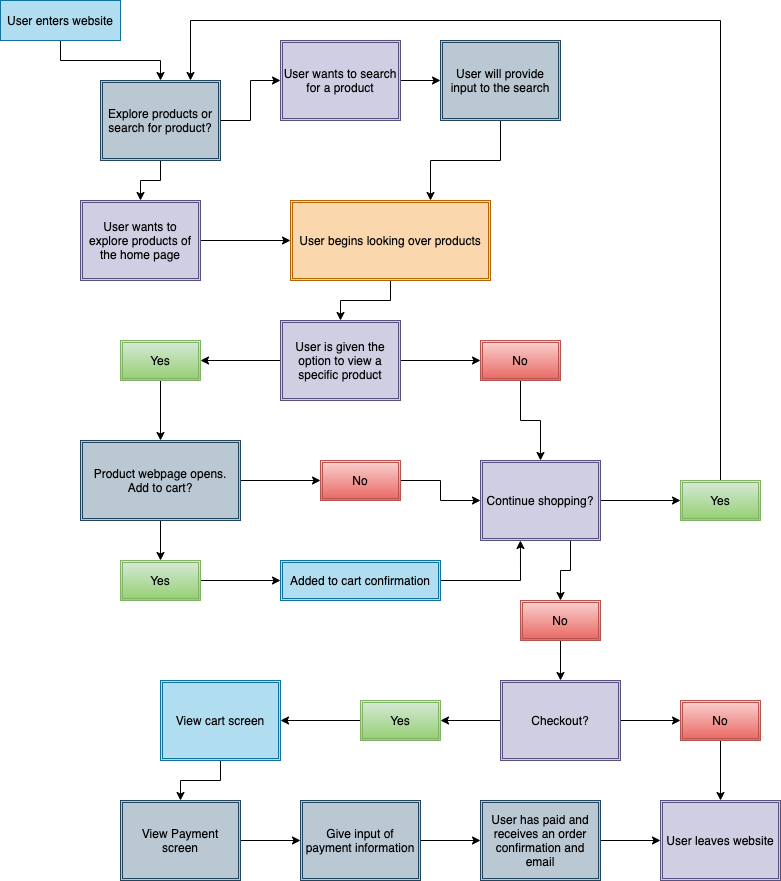
vrwu/fa21-cse110-lab4 keeps this draw.io diagram as explore/diagramming/diagram.drawio.png. Above is the earlier version. Source tidied: cells renumbered, new cells last; positions are measured from the earlier drawing's top-left corner, leaving out a move shared by most shapes.
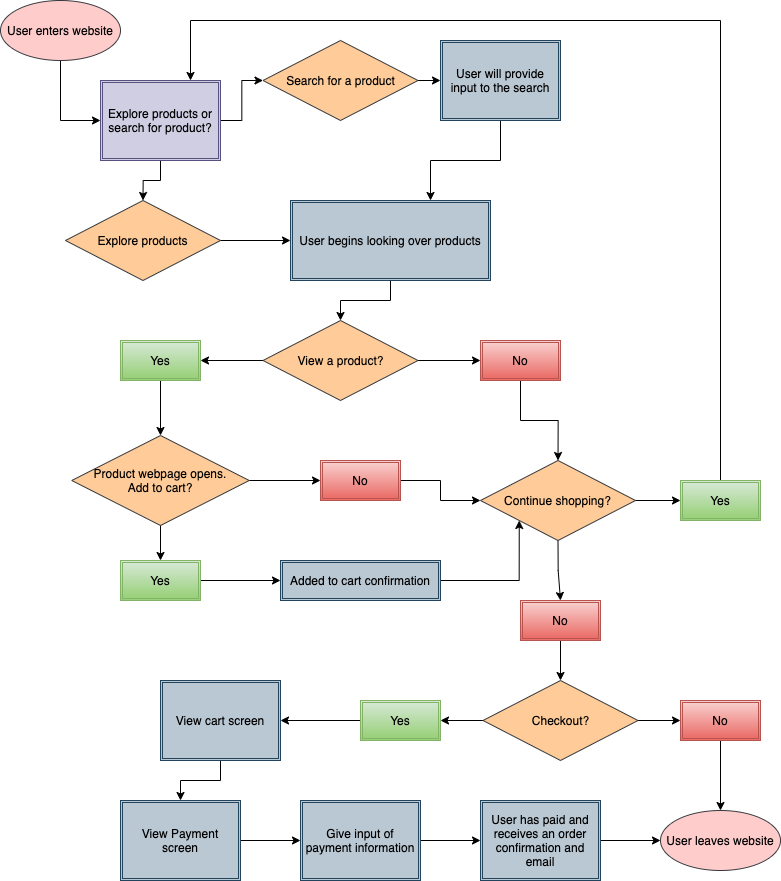
Above is the later version.

The edit, as a diff of the source:
```diff
@@ -2,45 +2,40 @@
   <root>
     <mxCell id="0" />
     <mxCell id="1" parent="0" />
-    <mxCell id="2" style="edgeStyle=orthogonalEdgeStyle;rounded=0;jettySize=auto;html=1;entryX=0.5;entryY=0;entryDx=0;entryDy=0;" parent="1" edge="1" source="3" target="37">
-      <mxGeometry relative="1" as="geometry" />
-    </mxCell>
-    <mxCell id="3" value="User enters website" style="rounded=0;whiteSpace=wrap;html=1;fillColor=#b1ddf0;strokeColor=#10739e;" parent="1" vertex="1">
-      <mxGeometry width="120" height="40" as="geometry" />
-    </mxCell>
-    <mxCell id="4" style="edgeStyle=orthogonalEdgeStyle;rounded=0;jettySize=auto;html=1;exitX=1;exitY=0.5;exitDx=0;exitDy=0;entryX=0;entryY=0.5;entryDx=0;entryDy=0;" parent="1" edge="1" source="5" target="9">
-      <mxGeometry relative="1" as="geometry" />
+    <mxCell id="4" style="edgeStyle=orthogonalEdgeStyle;rounded=0;jettySize=auto;html=1;exitX=1;exitY=0.5;exitDx=0;exitDy=0;entryX=0;entryY=0.5;entryDx=0;entryDy=0;" parent="1" edge="1" target="9">
+      <mxGeometry relative="1" as="geometry">
+        <mxPoint x="400" y="80" as="sourcePoint" />
+      </mxGeometry>
     </mxCell>
-    <mxCell id="5" value="User wants to search for a product" style="shape=ext;double=1;rounded=0;whiteSpace=wrap;html=1;fillColor=#d0cee2;strokeColor=#56517e;" parent="1" vertex="1">
-      <mxGeometry x="280" y="40" width="120" height="80" as="geometry" />
-    </mxCell>
-    <mxCell id="6" style="edgeStyle=orthogonalEdgeStyle;rounded=0;jettySize=auto;html=1;entryX=0;entryY=0.5;entryDx=0;entryDy=0;" parent="1" edge="1" source="7" target="11">
-      <mxGeometry relative="1" as="geometry" />
+    <mxCell id="6" style="edgeStyle=orthogonalEdgeStyle;rounded=0;jettySize=auto;html=1;entryX=0;entryY=0.5;entryDx=0;entryDy=0;" parent="1" edge="1" target="11">
+      <mxGeometry relative="1" as="geometry">
+        <mxPoint x="200" y="240" as="sourcePoint" />
+      </mxGeometry>
     </mxCell>
-    <mxCell id="7" value="User wants to explore products of the home page" style="shape=ext;double=1;rounded=0;whiteSpace=wrap;html=1;fillColor=#d0cee2;strokeColor=#56517e;" parent="1" vertex="1">
-      <mxGeometry x="80" y="200" width="120" height="80" as="geometry" />
-    </mxCell>
     <mxCell id="8" style="edgeStyle=orthogonalEdgeStyle;rounded=0;jettySize=auto;html=1;entryX=0.7;entryY=0;entryDx=0;entryDy=0;entryPerimeter=0;" parent="1" edge="1" source="9" target="11">
       <mxGeometry relative="1" as="geometry" />
     </mxCell>
     <mxCell id="9" value="User will provide input to the search" style="shape=ext;double=1;rounded=0;whiteSpace=wrap;html=1;fillColor=#bac8d3;strokeColor=#23445d;" parent="1" vertex="1">
       <mxGeometry x="440" y="40" width="120" height="80" as="geometry" />
     </mxCell>
-    <mxCell id="10" style="edgeStyle=orthogonalEdgeStyle;rounded=0;jettySize=auto;html=1;entryX=0.5;entryY=0;entryDx=0;entryDy=0;" parent="1" edge="1" source="11" target="14">
-      <mxGeometry relative="1" as="geometry" />
+    <mxCell id="10" style="edgeStyle=orthogonalEdgeStyle;rounded=0;jettySize=auto;html=1;entryX=0.5;entryY=0;entryDx=0;entryDy=0;" parent="1" edge="1" source="11">
+      <mxGeometry relative="1" as="geometry">
+        <mxPoint x="340" y="320" as="targetPoint" />
+      </mxGeometry>
     </mxCell>
-    <mxCell id="11" value="User begins looking over products" style="shape=ext;double=1;rounded=0;whiteSpace=wrap;html=1;fillColor=#fad7ac;strokeColor=#b46504;" parent="1" vertex="1">
+    <mxCell id="11" value="User begins looking over products" style="shape=ext;double=1;rounded=0;whiteSpace=wrap;html=1;fillColor=#bac8d3;strokeColor=#23445d;" parent="1" vertex="1">
       <mxGeometry x="290" y="200" width="200" height="80" as="geometry" />
     </mxCell>
-    <mxCell id="12" style="edgeStyle=orthogonalEdgeStyle;rounded=0;jettySize=auto;html=1;entryX=0;entryY=0.5;entryDx=0;entryDy=0;" parent="1" edge="1" source="14" target="16">
-      <mxGeometry relative="1" as="geometry" />
+    <mxCell id="12" style="edgeStyle=orthogonalEdgeStyle;rounded=0;jettySize=auto;html=1;entryX=0;entryY=0.5;entryDx=0;entryDy=0;" parent="1" edge="1" target="16">
+      <mxGeometry relative="1" as="geometry">
+        <mxPoint x="400" y="360" as="sourcePoint" />
+      </mxGeometry>
     </mxCell>
-    <mxCell id="13" style="edgeStyle=orthogonalEdgeStyle;rounded=0;jettySize=auto;html=1;entryX=1;entryY=0.5;entryDx=0;entryDy=0;" parent="1" edge="1" source="14" target="18">
-      <mxGeometry relative="1" as="geometry" />
+    <mxCell id="13" style="edgeStyle=orthogonalEdgeStyle;rounded=0;jettySize=auto;html=1;entryX=1;entryY=0.5;entryDx=0;entryDy=0;" parent="1" edge="1" target="18">
+      <mxGeometry relative="1" as="geometry">
+        <mxPoint x="280" y="360" as="sourcePoint" />
+      </mxGeometry>
     </mxCell>
-    <mxCell id="14" value="User is given the option to view a specific product" style="shape=ext;double=1;rounded=0;whiteSpace=wrap;html=1;fillColor=#d0cee2;strokeColor=#56517e;" parent="1" vertex="1">
-      <mxGeometry x="280" y="320" width="120" height="80" as="geometry" />
-    </mxCell>
     <mxCell id="15" style="edgeStyle=orthogonalEdgeStyle;rounded=0;jettySize=auto;html=1;entryX=0.5;entryY=0;entryDx=0;entryDy=0;" parent="1" edge="1" source="16" target="28">
       <mxGeometry relative="1" as="geometry" />
     </mxCell>
@@ -53,40 +48,42 @@
     <mxCell id="18" value="Yes" style="shape=ext;double=1;rounded=0;whiteSpace=wrap;html=1;fillColor=#d5e8d4;strokeColor=#82b366;gradientColor=#97d077;" parent="1" vertex="1">
       <mxGeometry x="120" y="340" width="80" height="40" as="geometry" />
     </mxCell>
-    <mxCell id="19" style="edgeStyle=orthogonalEdgeStyle;rounded=0;jettySize=auto;html=1;entryX=0.5;entryY=0;entryDx=0;entryDy=0;" parent="1" edge="1" source="21" target="23">
-      <mxGeometry relative="1" as="geometry" />
+    <mxCell id="19" style="edgeStyle=orthogonalEdgeStyle;rounded=0;jettySize=auto;html=1;entryX=0.5;entryY=0;entryDx=0;entryDy=0;" parent="1" edge="1" target="23">
+      <mxGeometry relative="1" as="geometry">
+        <mxPoint x="160" y="520" as="sourcePoint" />
+      </mxGeometry>
     </mxCell>
-    <mxCell id="20" style="edgeStyle=orthogonalEdgeStyle;rounded=0;jettySize=auto;html=1;entryX=0;entryY=0.5;entryDx=0;entryDy=0;" parent="1" edge="1" source="21" target="25">
-      <mxGeometry relative="1" as="geometry" />
+    <mxCell id="20" style="edgeStyle=orthogonalEdgeStyle;rounded=0;jettySize=auto;html=1;entryX=0;entryY=0.5;entryDx=0;entryDy=0;" parent="1" edge="1" target="25">
+      <mxGeometry relative="1" as="geometry">
+        <mxPoint x="240" y="480" as="sourcePoint" />
+      </mxGeometry>
     </mxCell>
-    <mxCell id="21" value="Product webpage opens. Add to cart?" style="shape=ext;double=1;rounded=0;whiteSpace=wrap;html=1;fillColor=#bac8d3;strokeColor=#23445d;" parent="1" vertex="1">
-      <mxGeometry x="80" y="440" width="160" height="80" as="geometry" />
-    </mxCell>
     <mxCell id="22" style="edgeStyle=orthogonalEdgeStyle;rounded=0;jettySize=auto;html=1;entryX=0;entryY=0.5;entryDx=0;entryDy=0;" parent="1" edge="1" source="23" target="30">
       <mxGeometry relative="1" as="geometry" />
     </mxCell>
     <mxCell id="23" value="Yes" style="shape=ext;double=1;rounded=0;whiteSpace=wrap;html=1;fillColor=#d5e8d4;strokeColor=#82b366;gradientColor=#97d077;" parent="1" vertex="1">
       <mxGeometry x="120" y="560" width="80" height="40" as="geometry" />
     </mxCell>
-    <mxCell id="24" style="edgeStyle=orthogonalEdgeStyle;rounded=0;jettySize=auto;html=1;entryX=0;entryY=0.5;entryDx=0;entryDy=0;" parent="1" edge="1" source="25" target="28">
-      <mxGeometry relative="1" as="geometry" />
+    <mxCell id="24" style="edgeStyle=orthogonalEdgeStyle;rounded=0;jettySize=auto;html=1;entryX=0;entryY=0.5;entryDx=0;entryDy=0;" parent="1" edge="1" source="25">
+      <mxGeometry relative="1" as="geometry">
+        <mxPoint x="480" y="500" as="targetPoint" />
+      </mxGeometry>
     </mxCell>
     <mxCell id="25" value="No" style="shape=ext;double=1;rounded=0;whiteSpace=wrap;html=1;fillColor=#f8cecc;strokeColor=#b85450;gradientColor=#ea6b66;" parent="1" vertex="1">
       <mxGeometry x="320" y="460" width="80" height="40" as="geometry" />
     </mxCell>
-    <mxCell id="26" style="edgeStyle=orthogonalEdgeStyle;rounded=0;jettySize=auto;html=1;entryX=0;entryY=0.5;entryDx=0;entryDy=0;" parent="1" edge="1" source="28" target="32">
-      <mxGeometry relative="1" as="geometry" />
+    <mxCell id="26" style="edgeStyle=orthogonalEdgeStyle;rounded=0;jettySize=auto;html=1;entryX=0;entryY=0.5;entryDx=0;entryDy=0;" parent="1" edge="1" target="32">
+      <mxGeometry relative="1" as="geometry">
+        <mxPoint x="600" y="500" as="sourcePoint" />
+      </mxGeometry>
     </mxCell>
-    <mxCell id="27" style="edgeStyle=orthogonalEdgeStyle;rounded=0;jettySize=auto;html=1;exitX=0.75;exitY=1;exitDx=0;exitDy=0;entryX=0.5;entryY=0;entryDx=0;entryDy=0;" parent="1" edge="1" source="28" target="34">
+    <mxCell id="27" style="edgeStyle=orthogonalEdgeStyle;rounded=0;jettySize=auto;html=1;exitX=0.5;exitY=1;exitDx=0;exitDy=0;entryX=0.5;entryY=0;entryDx=0;entryDy=0;" parent="1" edge="1" source="28" target="34">
       <mxGeometry relative="1" as="geometry" />
     </mxCell>
-    <mxCell id="28" value="Continue shopping?" style="shape=ext;double=1;rounded=0;whiteSpace=wrap;html=1;fillColor=#d0cee2;strokeColor=#56517e;" parent="1" vertex="1">
-      <mxGeometry x="480" y="460" width="120" height="80" as="geometry" />
-    </mxCell>
-    <mxCell id="29" style="edgeStyle=orthogonalEdgeStyle;rounded=0;jettySize=auto;html=1;entryX=0.333;entryY=1;entryDx=0;entryDy=0;entryPerimeter=0;" parent="1" edge="1" source="30" target="28">
+    <mxCell id="29" style="edgeStyle=orthogonalEdgeStyle;rounded=0;jettySize=auto;html=1;entryX=0;entryY=1;entryDx=0;entryDy=0;" parent="1" edge="1" source="30" target="28">
       <mxGeometry relative="1" as="geometry" />
     </mxCell>
-    <mxCell id="30" value="Added to cart confirmation" style="shape=ext;double=1;rounded=0;whiteSpace=wrap;html=1;fillColor=#b1ddf0;strokeColor=#10739e;" parent="1" vertex="1">
+    <mxCell id="30" value="Added to cart confirmation" style="shape=ext;double=1;rounded=0;whiteSpace=wrap;html=1;fillColor=#bac8d3;strokeColor=#23445d;" parent="1" vertex="1">
       <mxGeometry x="280" y="560" width="160" height="40" as="geometry" />
     </mxCell>
     <mxCell id="31" style="edgeStyle=orthogonalEdgeStyle;rounded=0;jettySize=auto;html=1;entryX=0.75;entryY=0;entryDx=0;entryDy=0;" parent="1" edge="1" source="32" target="37">
@@ -100,30 +97,33 @@
     <mxCell id="32" value="Yes" style="shape=ext;double=1;rounded=0;whiteSpace=wrap;html=1;fillColor=#d5e8d4;strokeColor=#82b366;gradientColor=#97d077;" parent="1" vertex="1">
       <mxGeometry x="680" y="480" width="80" height="40" as="geometry" />
     </mxCell>
-    <mxCell id="33" style="edgeStyle=orthogonalEdgeStyle;rounded=0;jettySize=auto;html=1;" parent="1" edge="1" source="34" target="40">
-      <mxGeometry relative="1" as="geometry" />
+    <mxCell id="33" style="edgeStyle=orthogonalEdgeStyle;rounded=0;jettySize=auto;html=1;" parent="1" edge="1" source="34">
+      <mxGeometry relative="1" as="geometry">
+        <mxPoint x="560" y="680" as="targetPoint" />
+      </mxGeometry>
     </mxCell>
     <mxCell id="34" value="No" style="shape=ext;double=1;rounded=0;whiteSpace=wrap;html=1;fillColor=#f8cecc;strokeColor=#b85450;gradientColor=#ea6b66;" parent="1" vertex="1">
       <mxGeometry x="520" y="600" width="80" height="40" as="geometry" />
     </mxCell>
-    <mxCell id="35" style="edgeStyle=orthogonalEdgeStyle;rounded=0;jettySize=auto;html=1;entryX=0;entryY=0.5;entryDx=0;entryDy=0;" parent="1" edge="1" source="37" target="5">
-      <mxGeometry relative="1" as="geometry" />
-    </mxCell>
-    <mxCell id="36" style="edgeStyle=orthogonalEdgeStyle;rounded=0;jettySize=auto;html=1;" parent="1" edge="1" source="37" target="7">
-      <mxGeometry relative="1" as="geometry" />
-    </mxCell>
+    <mxCell id="54" style="edgeStyle=orthogonalEdgeStyle;rounded=0;jettySize=auto;html=1;" parent="1" edge="1" source="37" target="56">
+      <mxGeometry relative="1" as="geometry" />
+    </mxCell>
+    <mxCell id="55" style="edgeStyle=orthogonalEdgeStyle;rounded=0;jettySize=auto;html=1;entryX=0.5;entryY=0;entryDx=0;entryDy=0;" parent="1" edge="1" source="37" target="57">
+      <mxGeometry relative="1" as="geometry" />
+    </mxCell>
-    <mxCell id="37" value="Explore products or search for product?" style="shape=ext;double=1;rounded=0;whiteSpace=wrap;html=1;fillColor=#bac8d3;strokeColor=#23445d;" parent="1" vertex="1">
+    <mxCell id="37" value="Explore products or search for product?" style="shape=ext;double=1;rounded=0;whiteSpace=wrap;html=1;fillColor=#d0cee2;strokeColor=#56517e;" parent="1" vertex="1">
       <mxGeometry x="100" y="80" width="120" height="80" as="geometry" />
     </mxCell>
-    <mxCell id="38" style="edgeStyle=orthogonalEdgeStyle;rounded=0;jettySize=auto;html=1;entryX=0;entryY=0.5;entryDx=0;entryDy=0;" parent="1" edge="1" source="40" target="42">
-      <mxGeometry relative="1" as="geometry" />
+    <mxCell id="38" style="edgeStyle=orthogonalEdgeStyle;rounded=0;jettySize=auto;html=1;entryX=0;entryY=0.5;entryDx=0;entryDy=0;" parent="1" edge="1" target="42">
+      <mxGeometry relative="1" as="geometry">
+        <mxPoint x="620" y="720" as="sourcePoint" />
+      </mxGeometry>
     </mxCell>
-    <mxCell id="39" style="edgeStyle=orthogonalEdgeStyle;rounded=0;jettySize=auto;html=1;entryX=1;entryY=0.5;entryDx=0;entryDy=0;" parent="1" edge="1" source="40" target="44">
-      <mxGeometry relative="1" as="geometry" />
+    <mxCell id="39" style="edgeStyle=orthogonalEdgeStyle;rounded=0;jettySize=auto;html=1;entryX=1;entryY=0.5;entryDx=0;entryDy=0;" parent="1" edge="1" target="44">
+      <mxGeometry relative="1" as="geometry">
+        <mxPoint x="500" y="720" as="sourcePoint" />
+      </mxGeometry>
     </mxCell>
-    <mxCell id="40" value="Checkout?" style="shape=ext;double=1;rounded=0;whiteSpace=wrap;html=1;fillColor=#d0cee2;strokeColor=#56517e;" parent="1" vertex="1">
-      <mxGeometry x="500" y="680" width="120" height="80" as="geometry" />
-    </mxCell>
     <mxCell id="41" style="edgeStyle=orthogonalEdgeStyle;rounded=0;jettySize=auto;html=1;entryX=0.5;entryY=0;entryDx=0;entryDy=0;" parent="1" edge="1" source="42" target="45">
       <mxGeometry relative="1" as="geometry" />
     </mxCell>
@@ -136,13 +136,10 @@
     <mxCell id="44" value="Yes" style="shape=ext;double=1;rounded=0;whiteSpace=wrap;html=1;fillColor=#d5e8d4;strokeColor=#82b366;gradientColor=#97d077;" parent="1" vertex="1">
       <mxGeometry x="360" y="700" width="80" height="40" as="geometry" />
     </mxCell>
-    <mxCell id="45" value="User leaves website" style="shape=ext;double=1;rounded=0;whiteSpace=wrap;html=1;fillColor=#d0cee2;strokeColor=#56517e;" parent="1" vertex="1">
-      <mxGeometry x="660" y="800" width="120" height="80" as="geometry" />
-    </mxCell>
     <mxCell id="46" style="edgeStyle=orthogonalEdgeStyle;rounded=0;jettySize=auto;html=1;entryX=0.5;entryY=0;entryDx=0;entryDy=0;" parent="1" edge="1" source="47" target="49">
       <mxGeometry relative="1" as="geometry" />
     </mxCell>
-    <mxCell id="47" value="View cart screen" style="shape=ext;double=1;rounded=0;whiteSpace=wrap;html=1;fillColor=#b1ddf0;strokeColor=#10739e;" parent="1" vertex="1">
+    <mxCell id="47" value="View cart screen" style="shape=ext;double=1;rounded=0;whiteSpace=wrap;html=1;fillColor=#bac8d3;strokeColor=#23445d;" parent="1" vertex="1">
       <mxGeometry x="160" y="680" width="120" height="80" as="geometry" />
     </mxCell>
     <mxCell id="48" style="edgeStyle=orthogonalEdgeStyle;rounded=0;jettySize=auto;html=1;entryX=0;entryY=0.5;entryDx=0;entryDy=0;" parent="1" edge="1" source="49" target="51">
@@ -157,11 +154,40 @@
     <mxCell id="51" value="Give input of payment information" style="shape=ext;double=1;rounded=0;whiteSpace=wrap;html=1;fillColor=#bac8d3;strokeColor=#23445d;" parent="1" vertex="1">
       <mxGeometry x="300" y="800" width="120" height="80" as="geometry" />
     </mxCell>
-    <mxCell id="52" style="edgeStyle=orthogonalEdgeStyle;rounded=0;jettySize=auto;html=1;entryX=0;entryY=0.5;entryDx=0;entryDy=0;" parent="1" edge="1" source="53" target="45">
-      <mxGeometry relative="1" as="geometry" />
+    <mxCell id="52" style="edgeStyle=orthogonalEdgeStyle;rounded=0;jettySize=auto;html=1;entryX=0;entryY=0.5;entryDx=0;entryDy=0;" parent="1" edge="1" source="53">
+      <mxGeometry relative="1" as="geometry">
+        <mxPoint x="660" y="840" as="targetPoint" />
+      </mxGeometry>
     </mxCell>
     <mxCell id="53" value="User has paid and receives an order confirmation and email" style="shape=ext;double=1;rounded=0;whiteSpace=wrap;html=1;fillColor=#bac8d3;strokeColor=#23445d;" parent="1" vertex="1">
       <mxGeometry x="480" y="800" width="120" height="80" as="geometry" />
     </mxCell>
+    <mxCell id="2" style="edgeStyle=orthogonalEdgeStyle;rounded=0;jettySize=auto;html=1;entryX=0;entryY=0.5;entryDx=0;entryDy=0;" parent="1" edge="1" source="3" target="37">
+      <mxGeometry relative="1" as="geometry" />
+    </mxCell>
+    <mxCell id="3" value="User enters website" style="ellipse;whiteSpace=wrap;html=1;fillColor=#ffcccc;strokeColor=#36393d;" parent="1" vertex="1">
+      <mxGeometry width="120" height="60" as="geometry" />
+    </mxCell>
+    <mxCell id="56" value="Search for a product" style="rhombus;whiteSpace=wrap;html=1;fillColor=#ffcc99;strokeColor=#36393d;" parent="1" vertex="1">
+      <mxGeometry x="262.5" y="40" width="155" height="80" as="geometry" />
+    </mxCell>
+    <mxCell id="57" value="Explore products" style="rhombus;whiteSpace=wrap;html=1;fillColor=#ffcc99;strokeColor=#36393d;" parent="1" vertex="1">
+      <mxGeometry x="65" y="200" width="155" height="80" as="geometry" />
+    </mxCell>
+    <mxCell id="58" value="View a product?" style="rhombus;whiteSpace=wrap;html=1;fillColor=#ffcc99;strokeColor=#36393d;" parent="1" vertex="1">
+      <mxGeometry x="262.5" y="320" width="155" height="80" as="geometry" />
+    </mxCell>
+    <mxCell id="21" value="Product webpage opens.&lt;br&gt;Add to cart?" style="rhombus;whiteSpace=wrap;html=1;fillColor=#ffcc99;strokeColor=#36393d;" parent="1" vertex="1">
+      <mxGeometry x="71.2" y="435" width="177.5" height="90" as="geometry" />
+    </mxCell>
+    <mxCell id="28" value="Continue shopping?" style="rhombus;whiteSpace=wrap;html=1;fillColor=#ffcc99;strokeColor=#36393d;" parent="1" vertex="1">
+      <mxGeometry x="480" y="460" width="155" height="80" as="geometry" />
+    </mxCell>
+    <mxCell id="40" value="Checkout?" style="rhombus;whiteSpace=wrap;html=1;fillColor=#ffcc99;strokeColor=#36393d;" parent="1" vertex="1">
+      <mxGeometry x="482.5" y="680" width="155" height="80" as="geometry" />
+    </mxCell>
+    <mxCell id="45" value="User leaves website" style="ellipse;whiteSpace=wrap;html=1;fillColor=#ffcccc;strokeColor=#36393d;" parent="1" vertex="1">
+      <mxGeometry x="660" y="810" width="120" height="60" as="geometry" />
+    </mxCell>
   </root>
 </mxGraphModel>
```
